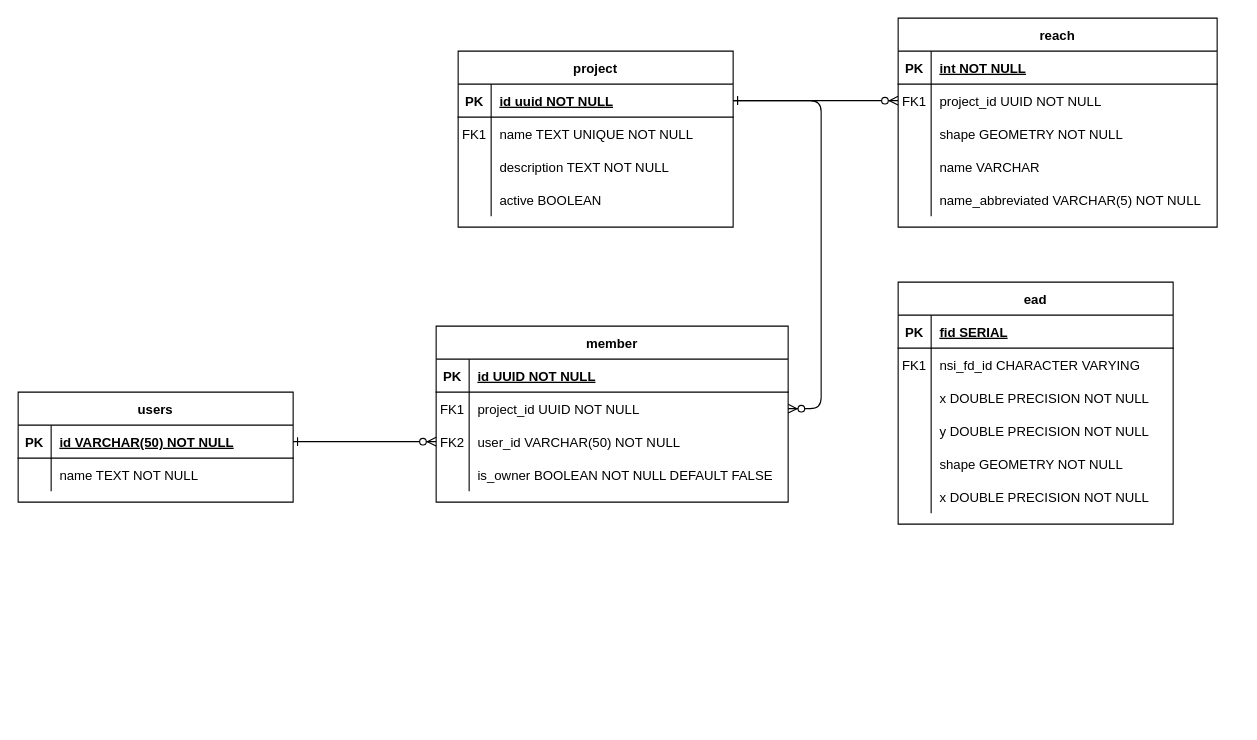
Above: Untitled Diagram.drawio in USACE/chart-docs (draw.io), before the change. Source tidied: cells renumbered, new cells numbered last; positions are measured from the earlier drawing's top-left corner, leaving out a move shared by most shapes. Both pictures are drawn from the tidied source at 110%, with x=0, y=0 at pixel (18, 18).
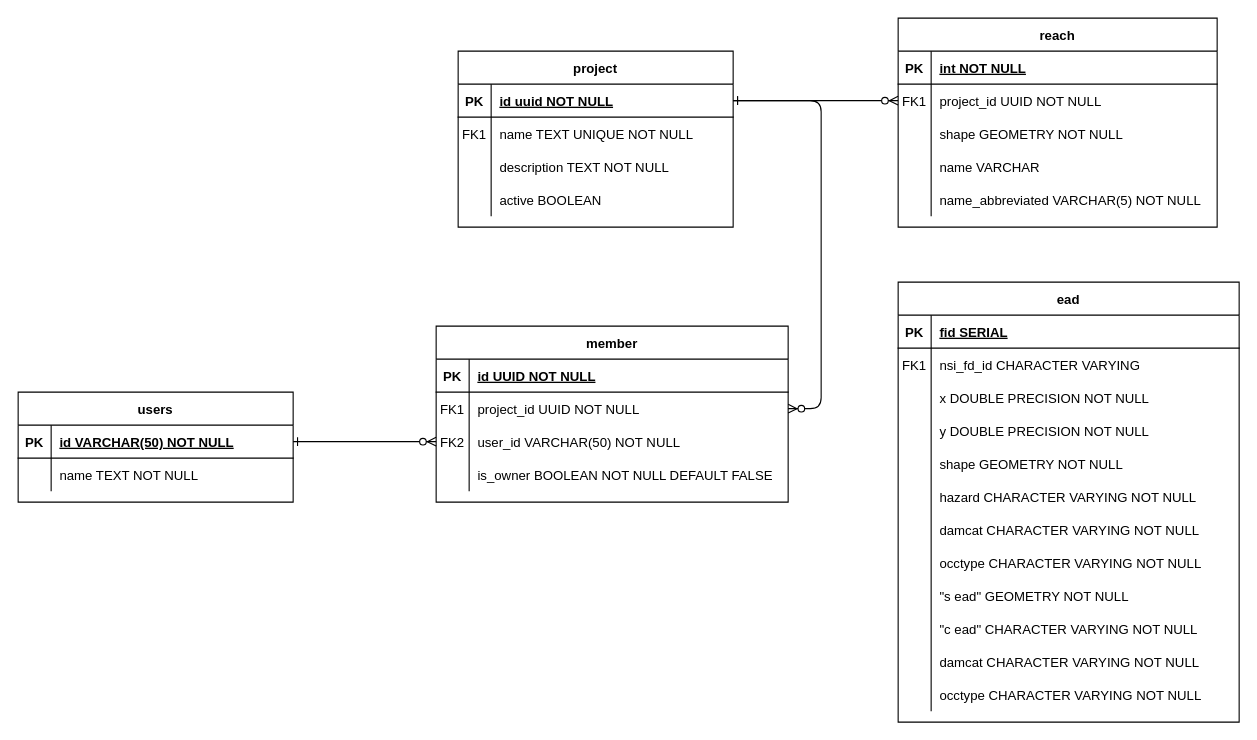
The same diagram, later.

Diff of the diagram source:
```diff
@@
     <mxCell id="52" value="ead" style="shape=table;startSize=30;childLayout=tableLayout;rowLines=0;fontStyle=1;align=center;" parent="1" vertex="1">
-      <mxGeometry x="800" y="240" width="250" height="220" as="geometry" />
+      <mxGeometry x="800" y="240" width="310" height="400" as="geometry" />
     </mxCell>
     <mxCell id="53" style="shape=partialRectangle;fillColor=none;top=0;left=0;right=0;bottom=1;" parent="52" vertex="1">
-      <mxGeometry y="30" width="250" height="30" as="geometry" />
+      <mxGeometry y="30" width="310" height="30" as="geometry" />
     </mxCell>
@@
     <mxCell id="55" value="fid SERIAL" style="shape=partialRectangle;overflow=hidden;fillColor=none;top=0;left=0;bottom=0;right=0;align=left;spacingLeft=6;fontStyle=5;" parent="53" vertex="1">
-      <mxGeometry x="30" width="220" height="30" as="geometry" />
+      <mxGeometry x="30" width="280" height="30" as="geometry" />
     </mxCell>
     <mxCell id="56" style="shape=partialRectangle;fillColor=none;top=0;left=0;right=0;bottom=0;" parent="52" vertex="1">
-      <mxGeometry y="60" width="250" height="30" as="geometry" />
+      <mxGeometry y="60" width="310" height="30" as="geometry" />
     </mxCell>
@@
     <mxCell id="58" value="nsi_fd_id CHARACTER VARYING" style="shape=partialRectangle;overflow=hidden;fillColor=none;top=0;left=0;bottom=0;right=0;align=left;spacingLeft=6;" parent="56" vertex="1">
-      <mxGeometry x="30" width="220" height="30" as="geometry" />
+      <mxGeometry x="30" width="280" height="30" as="geometry" />
     </mxCell>
     <mxCell id="59" style="shape=partialRectangle;fillColor=none;top=0;left=0;right=0;bottom=0;" parent="52" vertex="1">
-      <mxGeometry y="90" width="250" height="30" as="geometry" />
+      <mxGeometry y="90" width="310" height="30" as="geometry" />
     </mxCell>
@@
     <mxCell id="61" value="x DOUBLE PRECISION NOT NULL" style="shape=partialRectangle;overflow=hidden;fillColor=none;top=0;left=0;bottom=0;right=0;align=left;spacingLeft=6;" parent="59" vertex="1">
-      <mxGeometry x="30" width="220" height="30" as="geometry" />
+      <mxGeometry x="30" width="280" height="30" as="geometry" />
     </mxCell>
     <mxCell id="62" style="shape=partialRectangle;fillColor=none;top=0;left=0;right=0;bottom=0;" parent="52" vertex="1">
-      <mxGeometry y="120" width="250" height="30" as="geometry" />
+      <mxGeometry y="120" width="310" height="30" as="geometry" />
     </mxCell>
@@
     <mxCell id="64" value="y DOUBLE PRECISION NOT NULL" style="shape=partialRectangle;overflow=hidden;fillColor=none;top=0;left=0;bottom=0;right=0;align=left;spacingLeft=6;" parent="62" vertex="1">
-      <mxGeometry x="30" width="220" height="30" as="geometry" />
+      <mxGeometry x="30" width="280" height="30" as="geometry" />
     </mxCell>
     <mxCell id="65" style="shape=partialRectangle;fillColor=none;top=0;left=0;right=0;bottom=0;" parent="52" vertex="1">
-      <mxGeometry y="150" width="250" height="30" as="geometry" />
+      <mxGeometry y="150" width="310" height="30" as="geometry" />
     </mxCell>
@@
     <mxCell id="67" value="shape GEOMETRY NOT NULL" style="shape=partialRectangle;overflow=hidden;fillColor=none;top=0;left=0;bottom=0;right=0;align=left;spacingLeft=6;" parent="65" vertex="1">
-      <mxGeometry x="30" width="220" height="30" as="geometry" />
+      <mxGeometry x="30" width="280" height="30" as="geometry" />
     </mxCell>
     <mxCell id="68" style="shape=partialRectangle;fillColor=none;top=0;left=0;right=0;bottom=0;" parent="52" vertex="1">
-      <mxGeometry y="180" width="250" height="30" as="geometry" />
+      <mxGeometry y="180" width="310" height="30" as="geometry" />
     </mxCell>
@@
-    <mxCell id="70" value="x DOUBLE PRECISION NOT NULL" style="shape=partialRectangle;overflow=hidden;fillColor=none;top=0;left=0;bottom=0;right=0;align=left;spacingLeft=6;" parent="68" vertex="1">
-      <mxGeometry x="30" width="220" height="30" as="geometry" />
+    <mxCell id="70" value="hazard CHARACTER VARYING NOT NULL" style="shape=partialRectangle;overflow=hidden;fillColor=none;top=0;left=0;bottom=0;right=0;align=left;spacingLeft=6;" parent="68" vertex="1">
+      <mxGeometry x="30" width="280" height="30" as="geometry" />
     </mxCell>
+    <mxCell id="73" style="shape=partialRectangle;fillColor=none;top=0;left=0;right=0;bottom=0;" parent="52" vertex="1">
+      <mxGeometry y="210" width="310" height="30" as="geometry" />
+    </mxCell>
+    <mxCell id="74" style="shape=partialRectangle;overflow=hidden;fillColor=none;top=0;left=0;bottom=0;right=0;" parent="73" vertex="1">
+      <mxGeometry width="30" height="30" as="geometry" />
+    </mxCell>
+    <mxCell id="75" value="damcat CHARACTER VARYING NOT NULL" style="shape=partialRectangle;overflow=hidden;fillColor=none;top=0;left=0;bottom=0;right=0;align=left;spacingLeft=6;" parent="73" vertex="1">
+      <mxGeometry x="30" width="280" height="30" as="geometry" />
+    </mxCell>
+    <mxCell id="76" style="shape=partialRectangle;fillColor=none;top=0;left=0;right=0;bottom=0;" parent="52" vertex="1">
+      <mxGeometry y="240" width="310" height="30" as="geometry" />
+    </mxCell>
+    <mxCell id="77" style="shape=partialRectangle;overflow=hidden;fillColor=none;top=0;left=0;bottom=0;right=0;" parent="76" vertex="1">
+      <mxGeometry width="30" height="30" as="geometry" />
+    </mxCell>
+    <mxCell id="78" value="occtype CHARACTER VARYING NOT NULL" style="shape=partialRectangle;overflow=hidden;fillColor=none;top=0;left=0;bottom=0;right=0;align=left;spacingLeft=6;" parent="76" vertex="1">
+      <mxGeometry x="30" width="280" height="30" as="geometry" />
+    </mxCell>
+    <mxCell id="79" style="shape=partialRectangle;fillColor=none;top=0;left=0;right=0;bottom=0;" parent="52" vertex="1">
+      <mxGeometry y="270" width="310" height="30" as="geometry" />
+    </mxCell>
+    <mxCell id="80" style="shape=partialRectangle;overflow=hidden;fillColor=none;top=0;left=0;bottom=0;right=0;" parent="79" vertex="1">
+      <mxGeometry width="30" height="30" as="geometry" />
+    </mxCell>
+    <mxCell id="81" value="&quot;s ead&quot; GEOMETRY NOT NULL" style="shape=partialRectangle;overflow=hidden;fillColor=none;top=0;left=0;bottom=0;right=0;align=left;spacingLeft=6;" parent="79" vertex="1">
+      <mxGeometry x="30" width="280" height="30" as="geometry" />
+    </mxCell>
+    <mxCell id="82" style="shape=partialRectangle;fillColor=none;top=0;left=0;right=0;bottom=0;" parent="52" vertex="1">
+      <mxGeometry y="300" width="310" height="30" as="geometry" />
+    </mxCell>
+    <mxCell id="83" style="shape=partialRectangle;overflow=hidden;fillColor=none;top=0;left=0;bottom=0;right=0;" parent="82" vertex="1">
+      <mxGeometry width="30" height="30" as="geometry" />
+    </mxCell>
+    <mxCell id="84" value="&quot;c ead&quot; CHARACTER VARYING NOT NULL" style="shape=partialRectangle;overflow=hidden;fillColor=none;top=0;left=0;bottom=0;right=0;align=left;spacingLeft=6;" parent="82" vertex="1">
+      <mxGeometry x="30" width="280" height="30" as="geometry" />
+    </mxCell>
+    <mxCell id="85" style="shape=partialRectangle;fillColor=none;top=0;left=0;right=0;bottom=0;" parent="52" vertex="1">
+      <mxGeometry y="330" width="310" height="30" as="geometry" />
+    </mxCell>
+    <mxCell id="86" style="shape=partialRectangle;overflow=hidden;fillColor=none;top=0;left=0;bottom=0;right=0;" parent="85" vertex="1">
+      <mxGeometry width="30" height="30" as="geometry" />
+    </mxCell>
+    <mxCell id="87" value="damcat CHARACTER VARYING NOT NULL" style="shape=partialRectangle;overflow=hidden;fillColor=none;top=0;left=0;bottom=0;right=0;align=left;spacingLeft=6;" parent="85" vertex="1">
+      <mxGeometry x="30" width="280" height="30" as="geometry" />
+    </mxCell>
+    <mxCell id="88" style="shape=partialRectangle;fillColor=none;top=0;left=0;right=0;bottom=0;" parent="52" vertex="1">
+      <mxGeometry y="360" width="310" height="30" as="geometry" />
+    </mxCell>
+    <mxCell id="89" style="shape=partialRectangle;overflow=hidden;fillColor=none;top=0;left=0;bottom=0;right=0;" parent="88" vertex="1">
+      <mxGeometry width="30" height="30" as="geometry" />
+    </mxCell>
+    <mxCell id="90" value="occtype CHARACTER VARYING NOT NULL" style="shape=partialRectangle;overflow=hidden;fillColor=none;top=0;left=0;bottom=0;right=0;align=left;spacingLeft=6;" parent="88" vertex="1">
+      <mxGeometry x="30" width="280" height="30" as="geometry" />
+    </mxCell>
```
